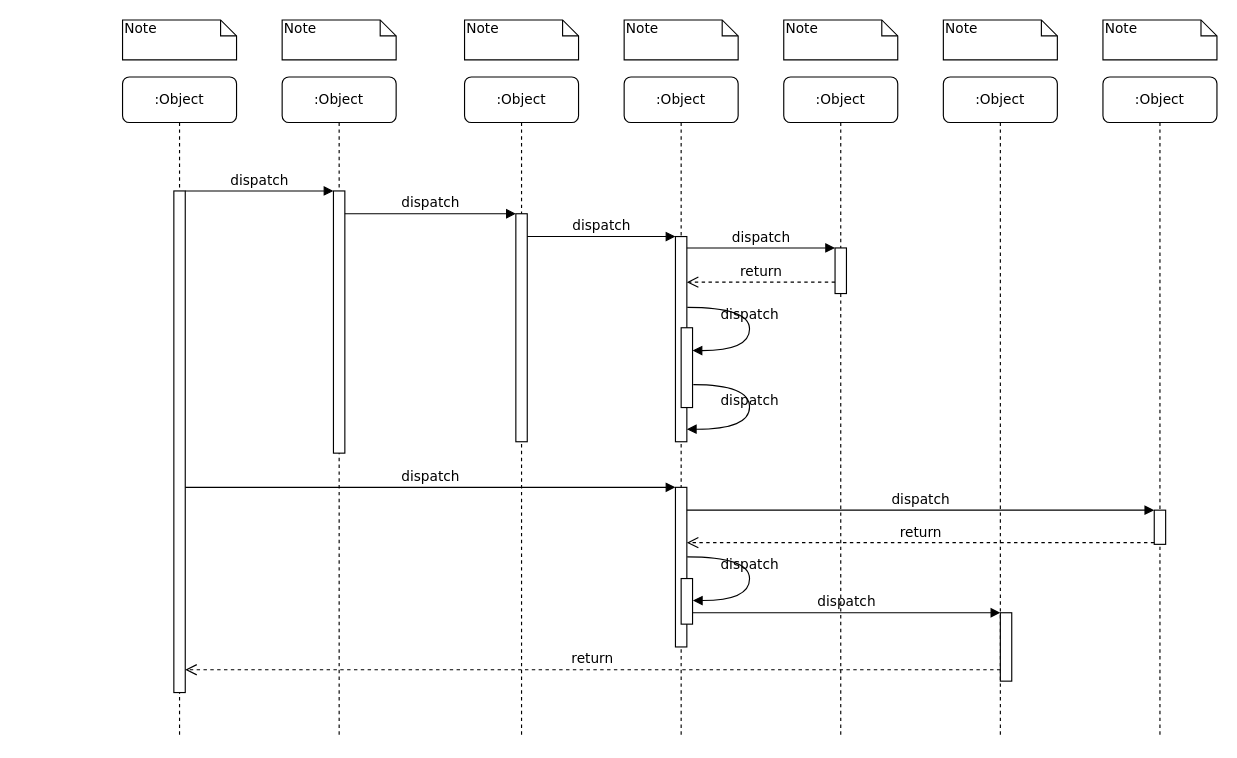
The draw.io diagram SPM.drawio in dfzhangdw/Mindset, before the edit. Source tidied: cells renumbered, new cells numbered last; positions are measured from the earlier drawing's top-left corner, leaving out a move shared by most shapes. Both pictures are drawn from the tidied source at 114%, with x=0, y=0 at pixel (122, 19).
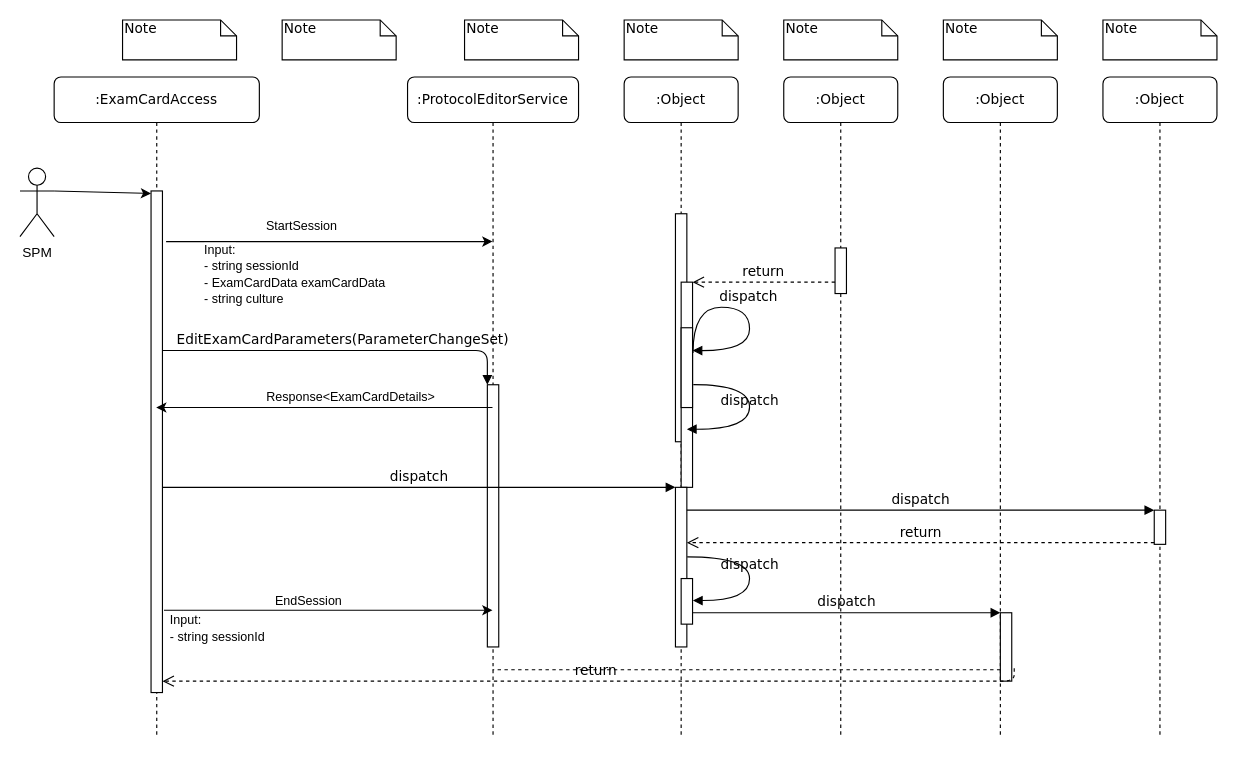
Above is the later version.

Unchanged cells that the change refers to:
```xml
<mxCell id="5" style="html=1;points=[];perimeter=orthogonalPerimeter;rounded=0;shadow=0;comic=0;labelBackgroundColor=none;strokeWidth=1;fontFamily=Verdana;fontSize=12;align=center;" parent="4" vertex="1">
  <mxGeometry x="45" y="120" width="10" height="200" as="geometry" />
</mxCell>
<mxCell id="14" style="html=1;points=[];perimeter=orthogonalPerimeter;rounded=0;shadow=0;comic=0;labelBackgroundColor=none;strokeWidth=1;fontFamily=Verdana;fontSize=12;align=center;" parent="1" vertex="1">
  <mxGeometry x="625" y="200" width="10" height="40" as="geometry" />
</mxCell>
<mxCell id="22" style="html=1;points=[];perimeter=orthogonalPerimeter;rounded=0;shadow=0;comic=0;labelBackgroundColor=none;strokeWidth=1;fontFamily=Verdana;fontSize=12;align=center;" parent="1" vertex="1">
  <mxGeometry x="770" y="520" width="10" height="60" as="geometry" />
</mxCell>
```

Diff of the diagram source:
```diff
@@
-    <mxCell id="2" value=":Object" style="shape=umlLifeline;perimeter=lifelinePerimeter;whiteSpace=wrap;html=1;outlineConnect=0;rounded=1;shadow=0;comic=0;labelBackgroundColor=none;strokeWidth=1;fontFamily=Verdana;fontSize=12;align=center;" parent="1" vertex="1">
-      <mxGeometry x="140" y="50" width="100" height="580" as="geometry" />
+    <mxCell id="2" value=":ProtocolEditorService" style="shape=umlLifeline;perimeter=lifelinePerimeter;whiteSpace=wrap;html=1;outlineConnect=0;rounded=1;shadow=0;comic=0;labelBackgroundColor=none;strokeWidth=1;fontFamily=Verdana;fontSize=12;align=center;" parent="1" vertex="1">
+      <mxGeometry x="250" y="50" width="150" height="580" as="geometry" />
     </mxCell>
     <mxCell id="3" style="html=1;points=[];perimeter=orthogonalPerimeter;rounded=0;shadow=0;comic=0;labelBackgroundColor=none;strokeWidth=1;fontFamily=Verdana;fontSize=12;align=center;" parent="2" vertex="1">
-      <mxGeometry x="45" y="100" width="10" height="230" as="geometry" />
+      <mxGeometry x="70" y="270" width="10" height="230" as="geometry" />
     </mxCell>
     <mxCell id="4" value=":Object" style="shape=umlLifeline;perimeter=lifelinePerimeter;whiteSpace=wrap;html=1;rounded=1;shadow=0;comic=0;labelBackgroundColor=none;strokeWidth=1;fontFamily=Verdana;fontSize=12;align=center;" parent="1" vertex="1">
-      <mxGeometry x="300" y="50" width="100" height="580" as="geometry" />
+      <mxGeometry x="440" y="50" width="100" height="580" as="geometry" />
     </mxCell>
@@
-    <mxCell id="6" value=":Object" style="shape=umlLifeline;perimeter=lifelinePerimeter;whiteSpace=wrap;html=1;rounded=1;shadow=0;comic=0;labelBackgroundColor=none;strokeWidth=1;fontFamily=Verdana;fontSize=12;align=center;" parent="1" vertex="1">
-      <mxGeometry x="440" y="50" width="100" height="580" as="geometry" />
-    </mxCell>
+    <mxCell id="12" style="html=1;points=[];perimeter=orthogonalPerimeter;rounded=0;shadow=0;comic=0;labelBackgroundColor=none;strokeWidth=1;fontFamily=Verdana;fontSize=12;align=center;" parent="4" vertex="1">
+      <mxGeometry x="50" y="180" width="10" height="180" as="geometry" />
+    </mxCell>
@@
-    <mxCell id="10" value=":Object" style="shape=umlLifeline;perimeter=lifelinePerimeter;whiteSpace=wrap;html=1;outlineConnect=0;rounded=1;shadow=0;comic=0;labelBackgroundColor=none;strokeWidth=1;fontFamily=Verdana;fontSize=12;align=center;" parent="1" vertex="1">
-      <mxGeometry y="50" width="100" height="580" as="geometry" />
+    <mxCell id="10" value=":ExamCardAccess" style="shape=umlLifeline;perimeter=lifelinePerimeter;whiteSpace=wrap;html=1;outlineConnect=0;rounded=1;shadow=0;comic=0;labelBackgroundColor=none;strokeWidth=1;fontFamily=Verdana;fontSize=12;align=center;" parent="1" vertex="1">
+      <mxGeometry x="-60" y="50" width="180" height="580" as="geometry" />
     </mxCell>
     <mxCell id="11" style="html=1;points=[];perimeter=orthogonalPerimeter;rounded=0;shadow=0;comic=0;labelBackgroundColor=none;strokeWidth=1;fontFamily=Verdana;fontSize=12;align=center;" parent="10" vertex="1">
-      <mxGeometry x="45" y="100" width="10" height="440" as="geometry" />
+      <mxGeometry x="85" y="100" width="10" height="440" as="geometry" />
     </mxCell>
-    <mxCell id="12" style="html=1;points=[];perimeter=orthogonalPerimeter;rounded=0;shadow=0;comic=0;labelBackgroundColor=none;strokeWidth=1;fontFamily=Verdana;fontSize=12;align=center;" parent="1" vertex="1">
-      <mxGeometry x="485" y="190" width="10" height="180" as="geometry" />
-    </mxCell>
-    <mxCell id="13" value="dispatch" style="html=1;verticalAlign=bottom;endArrow=block;labelBackgroundColor=none;fontFamily=Verdana;fontSize=12;edgeStyle=elbowEdgeStyle;elbow=vertical;" parent="1" edge="1" source="5" target="12">
-      <mxGeometry relative="1" as="geometry">
-        <Array as="points">
-          <mxPoint x="360" y="190" />
-        </Array>
-      </mxGeometry>
-    </mxCell>
+    <mxCell id="39" value="&lt;span style=&quot;font-size: 11px; background-color: rgb(255, 255, 255);&quot;&gt;Input:&lt;br&gt;- string sessionId&lt;/span&gt;" style="text;html=1;strokeColor=none;fillColor=none;align=left;verticalAlign=middle;whiteSpace=wrap;rounded=0;" parent="10" vertex="1">
+      <mxGeometry x="100" y="460" width="130" height="45" as="geometry" />
+    </mxCell>
@@
-    <mxCell id="15" value="dispatch" style="html=1;verticalAlign=bottom;endArrow=block;entryX=0;entryY=0;labelBackgroundColor=none;fontFamily=Verdana;fontSize=12;edgeStyle=elbowEdgeStyle;elbow=vertical;" parent="1" edge="1" source="12" target="14">
-      <mxGeometry relative="1" as="geometry" />
-    </mxCell>
@@
-    <mxCell id="24" value="return" style="html=1;verticalAlign=bottom;endArrow=open;dashed=1;endSize=8;labelBackgroundColor=none;fontFamily=Verdana;fontSize=12;edgeStyle=elbowEdgeStyle;elbow=vertical;" parent="1" edge="1" source="22" target="11">
+    <mxCell id="24" value="return" style="html=1;verticalAlign=bottom;endArrow=open;dashed=1;endSize=8;labelBackgroundColor=none;fontFamily=Verdana;fontSize=12;edgeStyle=elbowEdgeStyle;elbow=vertical;startArrow=none;exitX=1.217;exitY=0.811;exitDx=0;exitDy=0;exitPerimeter=0;" parent="1" edge="1" source="22" target="11">
       <mxGeometry relative="1" as="geometry">
         <Array as="points">
-          <mxPoint x="470" y="570" />
+          <mxPoint x="70" y="580" />
         </Array>
       </mxGeometry>
     </mxCell>
-    <mxCell id="25" value="dispatch" style="html=1;verticalAlign=bottom;endArrow=block;entryX=0;entryY=0;labelBackgroundColor=none;fontFamily=Verdana;fontSize=12;edgeStyle=elbowEdgeStyle;elbow=vertical;" parent="1" edge="1" source="11" target="3">
-      <mxGeometry relative="1" as="geometry" />
+    <mxCell id="25" value="EditExamCardParameters(ParameterChangeSet)" style="html=1;verticalAlign=bottom;endArrow=block;entryX=0;entryY=0;labelBackgroundColor=none;fontFamily=Verdana;fontSize=12;edgeStyle=elbowEdgeStyle;elbow=vertical;" parent="1" edge="1" source="11" target="3">
+      <mxGeometry relative="1" as="geometry">
+        <Array as="points">
+          <mxPoint x="90" y="290" />
+        </Array>
+      </mxGeometry>
     </mxCell>
-    <mxCell id="26" value="dispatch" style="html=1;verticalAlign=bottom;endArrow=block;entryX=0;entryY=0;labelBackgroundColor=none;fontFamily=Verdana;fontSize=12;edgeStyle=elbowEdgeStyle;elbow=vertical;" parent="1" edge="1" source="3" target="5">
-      <mxGeometry relative="1" as="geometry" />
-    </mxCell>
@@
+    <mxCell id="40" value="SPM" style="shape=umlActor;verticalLabelPosition=bottom;verticalAlign=top;html=1;outlineConnect=0;" parent="1" vertex="1">
+      <mxGeometry x="-90" y="130" width="30" height="60" as="geometry" />
+    </mxCell>
+    <mxCell id="41" style="endArrow=classic;html=1;rounded=0;exitX=1;exitY=0.3333333333333333;exitDx=0;exitDy=0;exitPerimeter=0;entryX=0;entryY=0.005;entryDx=0;entryDy=0;entryPerimeter=0;" parent="1" edge="1" source="40" target="11">
+      <mxGeometry relative="1" as="geometry" />
+    </mxCell>
+    <mxCell id="42" style="endArrow=classic;html=1;rounded=0;" parent="1" edge="1" source="2" target="10">
+      <mxGeometry relative="1" as="geometry" />
+    </mxCell>
+    <mxCell id="43" value="Response&amp;lt;ExamCardDetails&amp;gt;" style="edgeLabel;html=1;align=center;verticalAlign=middle;" parent="42" vertex="1">
+      <mxGeometry x="-0.43" y="-3" relative="1" as="geometry">
+        <mxPoint x="-41" y="-7" as="offset" />
+      </mxGeometry>
+    </mxCell>
+    <mxCell id="44" style="endArrow=classic;html=1;rounded=0;exitX=1.32;exitY=0.101;exitDx=0;exitDy=0;exitPerimeter=0;" parent="1" edge="1" source="11" target="2">
+      <mxGeometry relative="1" as="geometry" />
+    </mxCell>
+    <mxCell id="45" value="StartSession" style="edgeLabel;html=1;align=center;verticalAlign=middle;" parent="44" vertex="1">
+      <mxGeometry x="-0.36" y="-1" relative="1" as="geometry">
+        <mxPoint x="26" y="-15" as="offset" />
+      </mxGeometry>
+    </mxCell>
+    <mxCell id="46" value="&lt;span style=&quot;font-size: 11px; background-color: rgb(255, 255, 255);&quot;&gt;Input:&lt;br&gt;- string sessionId&lt;/span&gt;&lt;br style=&quot;border-color: var(--border-color); font-size: 11px;&quot;&gt;&lt;div style=&quot;&quot;&gt;&lt;span style=&quot;background-color: rgb(255, 255, 255); font-size: 11px;&quot;&gt;- ExamCardData examCardData&lt;/span&gt;&lt;/div&gt;&lt;span style=&quot;font-size: 11px; background-color: rgb(255, 255, 255);&quot;&gt;- string culture&lt;/span&gt;" style="text;html=1;strokeColor=none;fillColor=none;align=left;verticalAlign=middle;whiteSpace=wrap;rounded=0;" parent="1" vertex="1">
+      <mxGeometry x="70" y="200" width="220" height="45" as="geometry" />
+    </mxCell>
+    <mxCell id="47" style="endArrow=classic;html=1;rounded=0;exitX=1.133;exitY=0.836;exitDx=0;exitDy=0;exitPerimeter=0;" parent="1" edge="1" source="11" target="2">
+      <mxGeometry relative="1" as="geometry" />
+    </mxCell>
+    <mxCell id="48" value="EndSession" style="edgeLabel;html=1;align=center;verticalAlign=middle;" parent="47" vertex="1">
+      <mxGeometry x="-0.16" y="-3" relative="1" as="geometry">
+        <mxPoint x="5" y="-11" as="offset" />
+      </mxGeometry>
+    </mxCell>
+    <mxCell id="49" style="html=1;verticalAlign=bottom;endArrow=none;dashed=1;endSize=8;labelBackgroundColor=none;fontFamily=Verdana;fontSize=12;edgeStyle=elbowEdgeStyle;elbow=vertical;" parent="1" edge="1" source="22" target="2">
+      <mxGeometry relative="1" as="geometry">
+        <Array as="points">
+          <mxPoint x="470" y="570" />
+        </Array>
+      </mxGeometry>
+    </mxCell>
```
